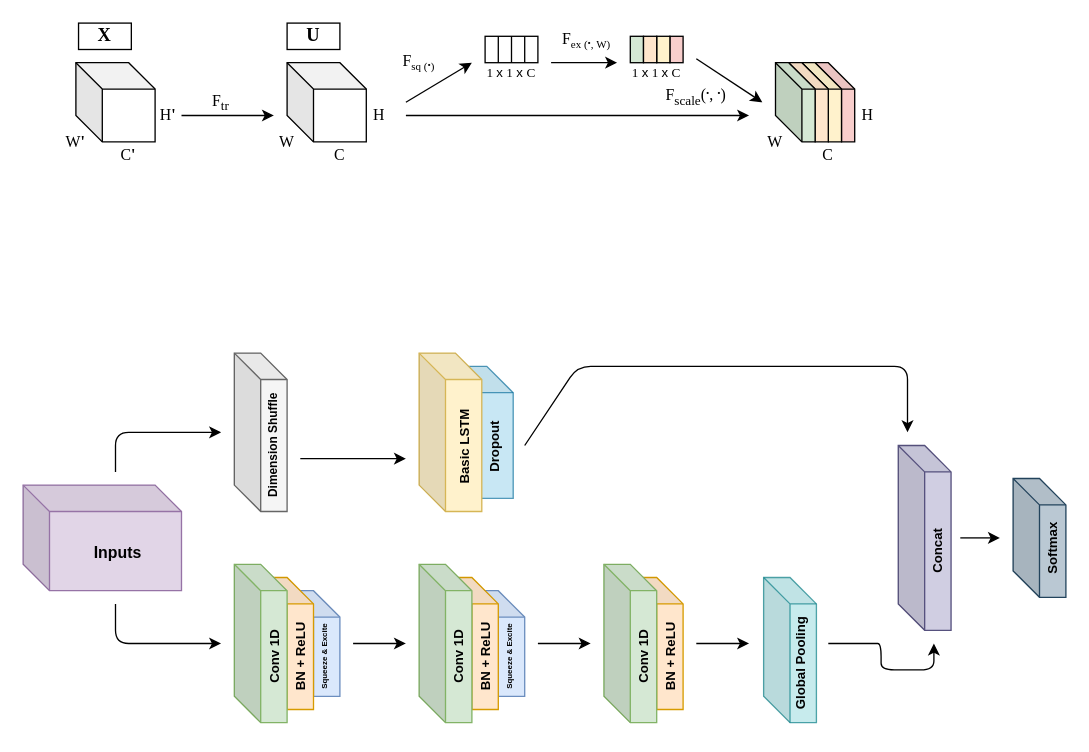
Above: diagrams.drawio in NahianAlindo/gait_recognition (draw.io), before the change. Source tidied: cells renumbered, new cells numbered last; positions are measured from the earlier drawing's top-left corner, leaving out a move shared by most shapes. Both pictures are drawn from the tidied source at 132%, with x=0, y=0 at pixel (22, 22). Pictures stored in the file or linked from it are replaced by grey dashed boxes.
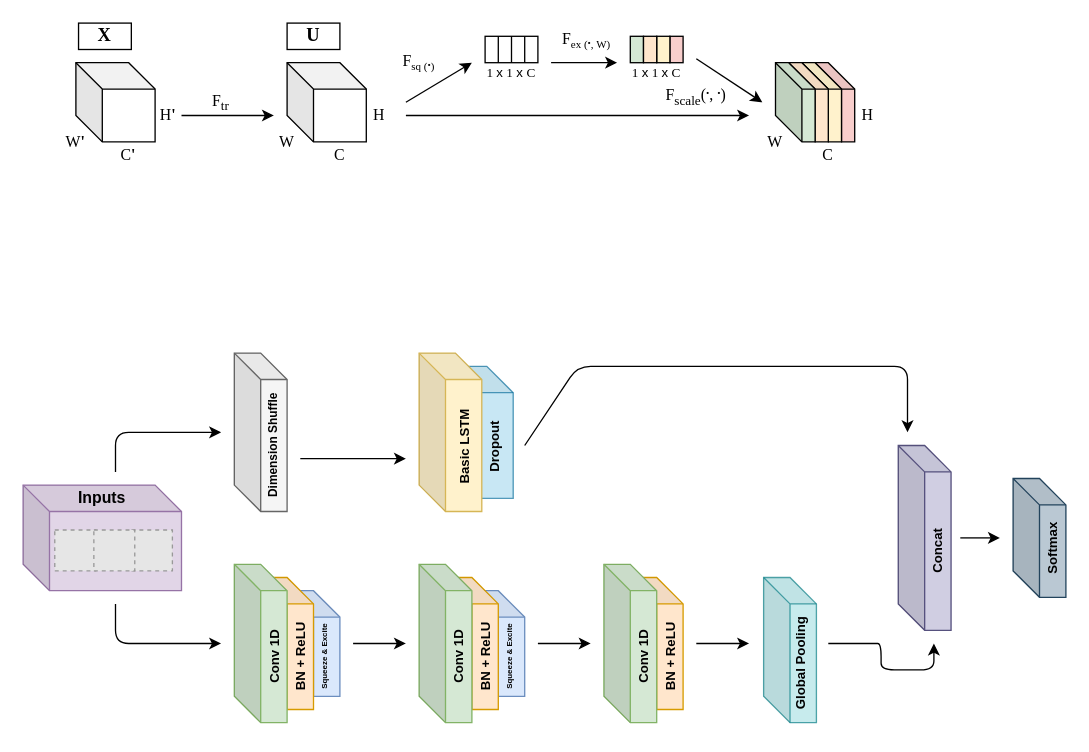
The same diagram, later.

What changed in the source:
```diff
@@
     <mxCell id="43" value="&lt;b&gt;Inputs&lt;/b&gt;" style="text;html=1;strokeColor=none;fillColor=none;align=center;verticalAlign=middle;whiteSpace=wrap;rounded=0;" parent="1" vertex="1">
-      <mxGeometry x="52" y="392" width="40" height="20" as="geometry" />
+      <mxGeometry x="40" y="350" width="40" height="20" as="geometry" />
     </mxCell>
@@
+    <mxCell id="81" style="group;" parent="1" vertex="1">
+      <mxGeometry x="24" y="384" width="96" height="31" as="geometry" />
+    </mxCell>
+    <mxCell id="82" style="fillColor=#E6E6E6;strokeColor=#999999;dashed=1;html=1;verticalAlign=top;verticalLabelPosition=bottom;labelBackgroundColor=#ffffff;" parent="81" vertex="1">
+      <mxGeometry width="31" height="31" as="geometry" />
+    </mxCell>
+    <mxCell id="83" style="fillColor=#E6E6E6;strokeColor=#999999;dashed=1;html=1;verticalAlign=top;verticalLabelPosition=bottom;labelBackgroundColor=#ffffff;" parent="81" vertex="1">
+      <mxGeometry x="58.1" width="31" height="31" as="geometry" />
+    </mxCell>
+    <mxCell id="84" style="fillColor=#E6E6E6;strokeColor=#999999;dashed=1;html=1;verticalAlign=top;verticalLabelPosition=bottom;labelBackgroundColor=#ffffff;" parent="81" vertex="1">
+      <mxGeometry x="29.6" width="31" height="31" as="geometry" />
+    </mxCell>
```
